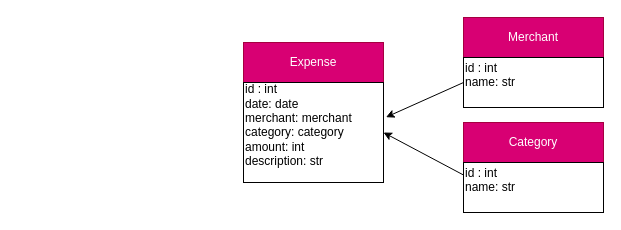
Above: page "classes" (1 of 3) of diagrams_expense_tracker.drawio in sandramolina/pythonic_expense_tracker (draw.io), before the change. Source tidied: cells renumbered, new cells numbered last; positions are measured from the earlier drawing's top-left corner, leaving out a move shared by most shapes. Both pictures are drawn from the tidied source at 100%, with x=0, y=0 at pixel (243, 17).
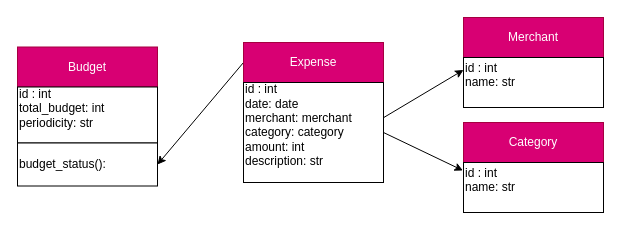
The same diagram, later.

Commit message:
adds buget class

What changed in the source:
```diff
@@
 <mxGraphModel>
   <root>
     <mxCell id="0" />
     <mxCell id="1" parent="0" />
+    <mxCell id="10" style="edgeStyle=none;html=1;exitX=0;exitY=0.5;exitDx=0;exitDy=0;entryX=1;entryY=0.5;entryDx=0;entryDy=0;" parent="1" edge="1" source="2" target="13">
+      <mxGeometry relative="1" as="geometry" />
+    </mxCell>
     <mxCell id="2" value="Expense" style="whiteSpace=wrap;html=1;fillColor=#d80073;fontColor=#ffffff;strokeColor=#A50040;" parent="1" vertex="1">
       <mxGeometry y="25" width="140" height="40" as="geometry" />
     </mxCell>
     <mxCell id="3" value="&lt;div&gt;&lt;span&gt;id : int&lt;/span&gt;&lt;/div&gt;&lt;div&gt;&lt;span&gt;date: date&lt;/span&gt;&lt;/div&gt;&lt;div&gt;&lt;span&gt;merchant: merchant&lt;/span&gt;&lt;/div&gt;&lt;div&gt;&lt;span&gt;category: category&lt;/span&gt;&lt;/div&gt;&lt;div&gt;&lt;span&gt;amount: int&lt;/span&gt;&lt;/div&gt;&lt;div&gt;&lt;span&gt;description: str&lt;/span&gt;&lt;/div&gt;&lt;div&gt;&lt;span&gt;&lt;br&gt;&lt;/span&gt;&lt;/div&gt;" style="whiteSpace=wrap;html=1;align=left;" parent="1" vertex="1">
       <mxGeometry y="65" width="140" height="100" as="geometry" />
     </mxCell>
     <mxCell id="4" value="Merchant" style="whiteSpace=wrap;html=1;fillColor=#d80073;fontColor=#ffffff;strokeColor=#A50040;" parent="1" vertex="1">
       <mxGeometry x="220" width="140" height="40" as="geometry" />
     </mxCell>
-    <mxCell id="5" style="edgeStyle=none;html=1;exitX=0;exitY=0.5;exitDx=0;exitDy=0;entryX=1.018;entryY=0.347;entryDx=0;entryDy=0;entryPerimeter=0;" parent="1" edge="1" source="6" target="3">
+    <mxCell id="5" style="edgeStyle=none;html=1;entryX=0;entryY=0.25;entryDx=0;entryDy=0;exitX=1.001;exitY=0.351;exitDx=0;exitDy=0;exitPerimeter=0;" parent="1" edge="1" source="3" target="6">
       <mxGeometry relative="1" as="geometry" />
     </mxCell>
     <mxCell id="6" value="&lt;div&gt;&lt;span&gt;id : int&lt;/span&gt;&lt;/div&gt;&lt;div&gt;name: str&lt;/div&gt;&lt;div&gt;&lt;span&gt;&lt;br&gt;&lt;/span&gt;&lt;/div&gt;" style="whiteSpace=wrap;html=1;align=left;" parent="1" vertex="1">
       <mxGeometry x="220" y="40" width="140" height="50" as="geometry" />
     </mxCell>
     <mxCell id="7" value="Category" style="whiteSpace=wrap;html=1;fillColor=#d80073;fontColor=#ffffff;strokeColor=#A50040;" parent="1" vertex="1">
       <mxGeometry x="220" y="105" width="140" height="40" as="geometry" />
     </mxCell>
-    <mxCell id="8" style="edgeStyle=none;html=1;exitX=0;exitY=0.25;exitDx=0;exitDy=0;entryX=1;entryY=0.5;entryDx=0;entryDy=0;" parent="1" edge="1" source="9" target="3">
+    <mxCell id="8" style="edgeStyle=none;html=1;exitX=1;exitY=0.5;exitDx=0;exitDy=0;entryX=-0.004;entryY=0.16;entryDx=0;entryDy=0;entryPerimeter=0;" parent="1" edge="1" source="3" target="9">
       <mxGeometry relative="1" as="geometry" />
     </mxCell>
     <mxCell id="9" value="&lt;div&gt;&lt;span&gt;id : int&lt;/span&gt;&lt;/div&gt;&lt;div&gt;name: str&lt;/div&gt;&lt;div&gt;&lt;span&gt;&lt;br&gt;&lt;/span&gt;&lt;/div&gt;" style="whiteSpace=wrap;html=1;align=left;" parent="1" vertex="1">
       <mxGeometry x="220" y="145" width="140" height="50" as="geometry" />
     </mxCell>
+    <mxCell id="11" value="Budget" style="whiteSpace=wrap;html=1;fillColor=#d80073;fontColor=#ffffff;strokeColor=#A50040;" parent="1" vertex="1">
+      <mxGeometry x="-226" y="29.5" width="140" height="40" as="geometry" />
+    </mxCell>
+    <mxCell id="12" value="&lt;div&gt;&lt;span&gt;id : int&lt;/span&gt;&lt;/div&gt;&lt;div&gt;total_budget: int&lt;/div&gt;&lt;div&gt;periodicity: str&lt;/div&gt;&lt;div&gt;&lt;br&gt;&lt;/div&gt;" style="whiteSpace=wrap;html=1;align=left;" parent="1" vertex="1">
+      <mxGeometry x="-226" y="69.5" width="140" height="56" as="geometry" />
+    </mxCell>
+    <mxCell id="13" value="&lt;div&gt;budget_status():&amp;nbsp;&lt;/div&gt;" style="whiteSpace=wrap;html=1;align=left;" parent="1" vertex="1">
+      <mxGeometry x="-226" y="125.5" width="140" height="43" as="geometry" />
+    </mxCell>
   </root>
 </mxGraphModel>
```
